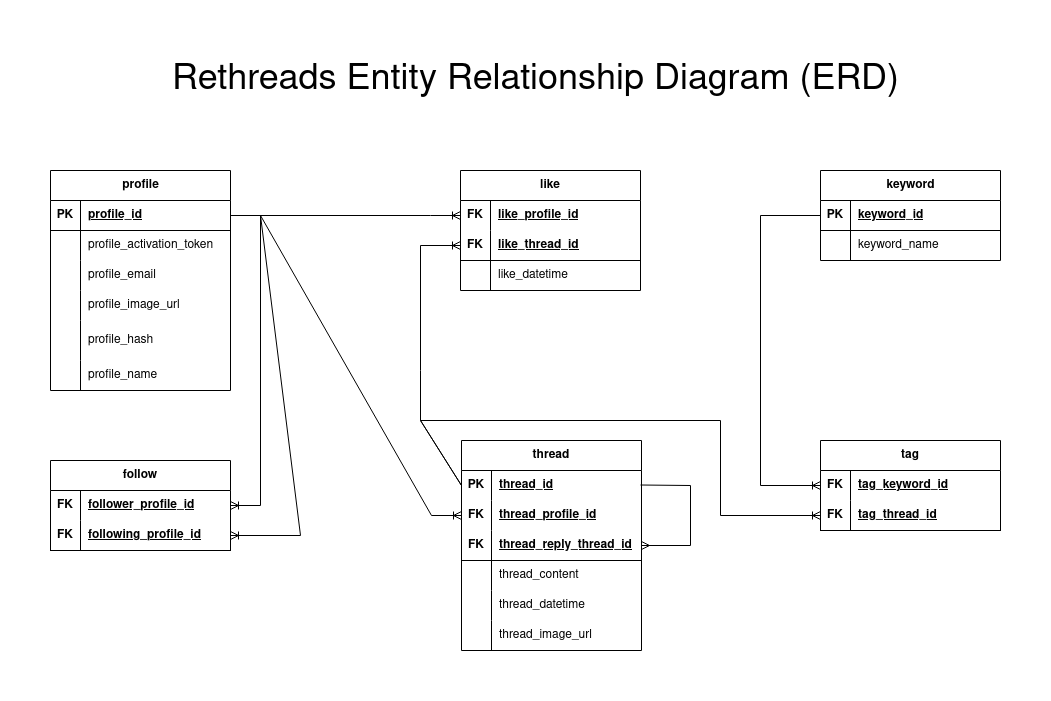
Earlier version of the draw.io export documentation/rethreads-erd.png (dd-fullstack-cohort-47/example-capstone). Source tidied: cells renumbered, new cells last; positions are measured from the earlier drawing's top-left corner, leaving out a move shared by most shapes.
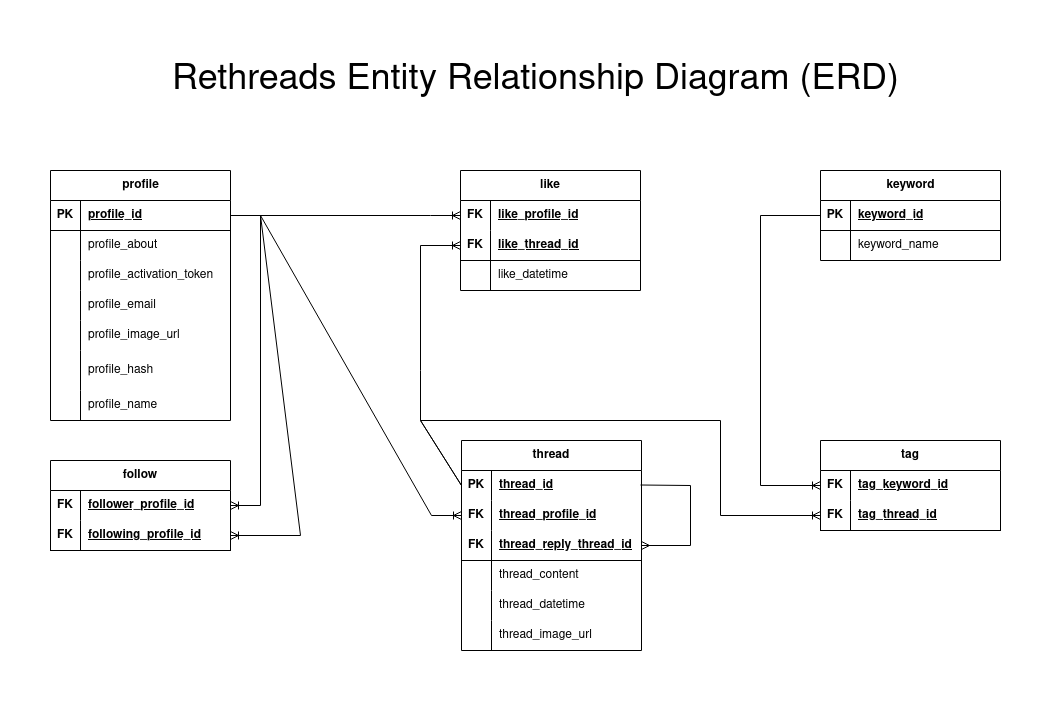
Later version of the same file.

Commit message:
fixed erd and conceptual model

The edit, as a diff of the source:
```diff
@@ -3,7 +3,7 @@
     <mxCell id="0" />
     <mxCell id="1" parent="0" />
     <mxCell id="2" value="profile" style="shape=table;startSize=30;rowLines=0;fontStyle=1;align=center;html=1;" parent="1" vertex="1">
-      <mxGeometry y="120" width="180" height="220" as="geometry" />
+      <mxGeometry y="120" width="180" height="250" as="geometry" />
     </mxCell>
     <mxCell id="3" style="shape=tableRow;horizontal=0;startSize=0;swimlaneHead=0;swimlaneBody=0;fillColor=none;points=[[0,0.5],[1,0.5]];portConstraint=eastwest;top=0;left=0;right=0;bottom=1;" parent="2" vertex="1">
       <mxGeometry y="30" width="180" height="30" as="geometry" />
@@ -20,11 +20,20 @@
     <mxCell id="7" style="shape=partialRectangle;fillColor=none;top=0;left=0;bottom=0;right=0;overflow=hidden;whiteSpace=wrap;html=1;" parent="6" vertex="1">
       <mxGeometry width="30" height="30" as="geometry" />
     </mxCell>
-    <mxCell id="8" value="profile_activation_token" style="shape=partialRectangle;fillColor=none;top=0;left=0;bottom=0;right=0;align=left;spacingLeft=6;overflow=hidden;whiteSpace=wrap;html=1;" parent="6" vertex="1">
+    <mxCell id="8" value="profile_about" style="shape=partialRectangle;fillColor=none;top=0;left=0;bottom=0;right=0;align=left;spacingLeft=6;overflow=hidden;whiteSpace=wrap;html=1;" parent="6" vertex="1">
       <mxGeometry x="30" width="150" height="30" as="geometry" />
     </mxCell>
+    <mxCell id="80" style="shape=tableRow;horizontal=0;startSize=0;swimlaneHead=0;swimlaneBody=0;fillColor=none;top=0;left=0;right=0;bottom=0;" parent="2" vertex="1">
+      <mxGeometry y="90" width="180" height="30" as="geometry" />
+    </mxCell>
+    <mxCell id="81" style="shape=partialRectangle;fillColor=none;top=0;left=0;bottom=0;right=0;overflow=hidden;whiteSpace=wrap;html=1;" parent="80" vertex="1">
+      <mxGeometry width="30" height="30" as="geometry" />
+    </mxCell>
+    <mxCell id="82" value="profile_activation_token" style="shape=partialRectangle;fillColor=none;top=0;left=0;bottom=0;right=0;align=left;spacingLeft=6;overflow=hidden;whiteSpace=wrap;html=1;" parent="80" vertex="1">
+      <mxGeometry x="30" width="150" height="30" as="geometry" />
+    </mxCell>
     <mxCell id="9" style="shape=tableRow;horizontal=0;startSize=0;swimlaneHead=0;swimlaneBody=0;fillColor=none;top=0;left=0;right=0;bottom=0;" parent="2" vertex="1">
-      <mxGeometry y="90" width="180" height="30" as="geometry" />
+      <mxGeometry y="120" width="180" height="30" as="geometry" />
     </mxCell>
     <mxCell id="10" style="shape=partialRectangle;fillColor=none;top=0;left=0;bottom=0;right=0;overflow=hidden;whiteSpace=wrap;html=1;" parent="9" vertex="1">
       <mxGeometry width="30" height="30" as="geometry" />
@@ -33,7 +42,7 @@
       <mxGeometry x="30" width="150" height="30" as="geometry" />
     </mxCell>
     <mxCell id="12" style="shape=tableRow;horizontal=0;startSize=0;swimlaneHead=0;swimlaneBody=0;fillColor=none;top=0;left=0;right=0;bottom=0;" parent="2" vertex="1">
-      <mxGeometry y="120" width="180" height="30" as="geometry" />
+      <mxGeometry y="150" width="180" height="30" as="geometry" />
     </mxCell>
     <mxCell id="13" style="shape=partialRectangle;fillColor=none;top=0;left=0;bottom=0;right=0;overflow=hidden;whiteSpace=wrap;html=1;" parent="12" vertex="1">
       <mxGeometry width="30" height="30" as="geometry" />
@@ -42,7 +51,7 @@
       <mxGeometry x="30" width="150" height="30" as="geometry" />
     </mxCell>
     <mxCell id="15" style="shape=tableRow;horizontal=0;startSize=0;swimlaneHead=0;swimlaneBody=0;fillColor=none;top=0;left=0;right=0;bottom=0;" parent="2" vertex="1">
-      <mxGeometry y="150" width="180" height="40" as="geometry" />
+      <mxGeometry y="180" width="180" height="40" as="geometry" />
     </mxCell>
     <mxCell id="16" style="shape=partialRectangle;fillColor=none;top=0;left=0;bottom=0;right=0;overflow=hidden;whiteSpace=wrap;html=1;" parent="15" vertex="1">
       <mxGeometry width="30" height="40" as="geometry" />
@@ -51,7 +60,7 @@
       <mxGeometry x="30" width="150" height="40" as="geometry" />
     </mxCell>
     <mxCell id="18" style="shape=tableRow;horizontal=0;startSize=0;swimlaneHead=0;swimlaneBody=0;fillColor=none;top=0;left=0;right=0;bottom=0;" parent="2" vertex="1">
-      <mxGeometry y="190" width="180" height="30" as="geometry" />
+      <mxGeometry y="220" width="180" height="30" as="geometry" />
     </mxCell>
     <mxCell id="19" style="shape=partialRectangle;fillColor=none;top=0;left=0;bottom=0;right=0;overflow=hidden;whiteSpace=wrap;html=1;" parent="18" vertex="1">
       <mxGeometry width="30" height="30" as="geometry" />
```
